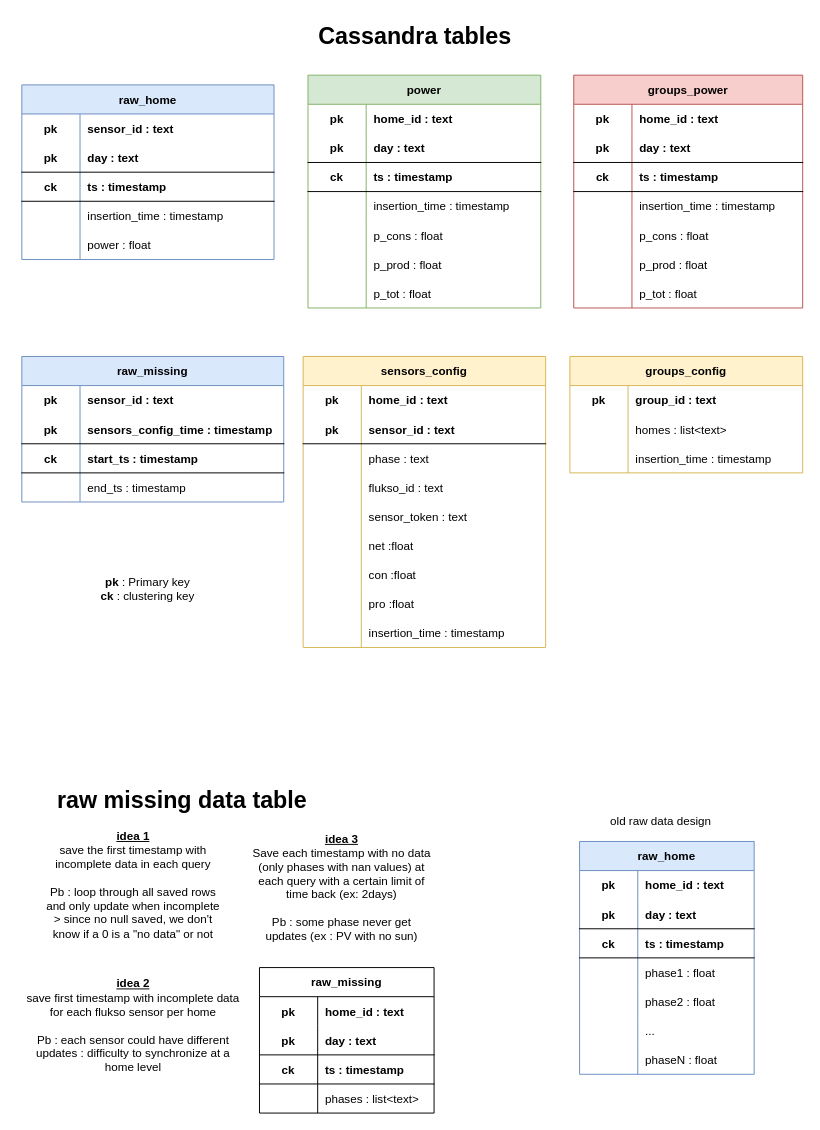
AlexandreHnf/Voisin-d-energie-ULB keeps this draw.io diagram as page "cassandra tables" (1 of 11) of documentation/documentation_diagrams.drawio. Above is the earlier version. Source tidied: cells renumbered, new cells numbered last; positions are measured from the earlier drawing's top-left corner, leaving out a move shared by most shapes. Both pictures are drawn from the tidied source at 97%, with x=0, y=0 at pixel (16, 16).
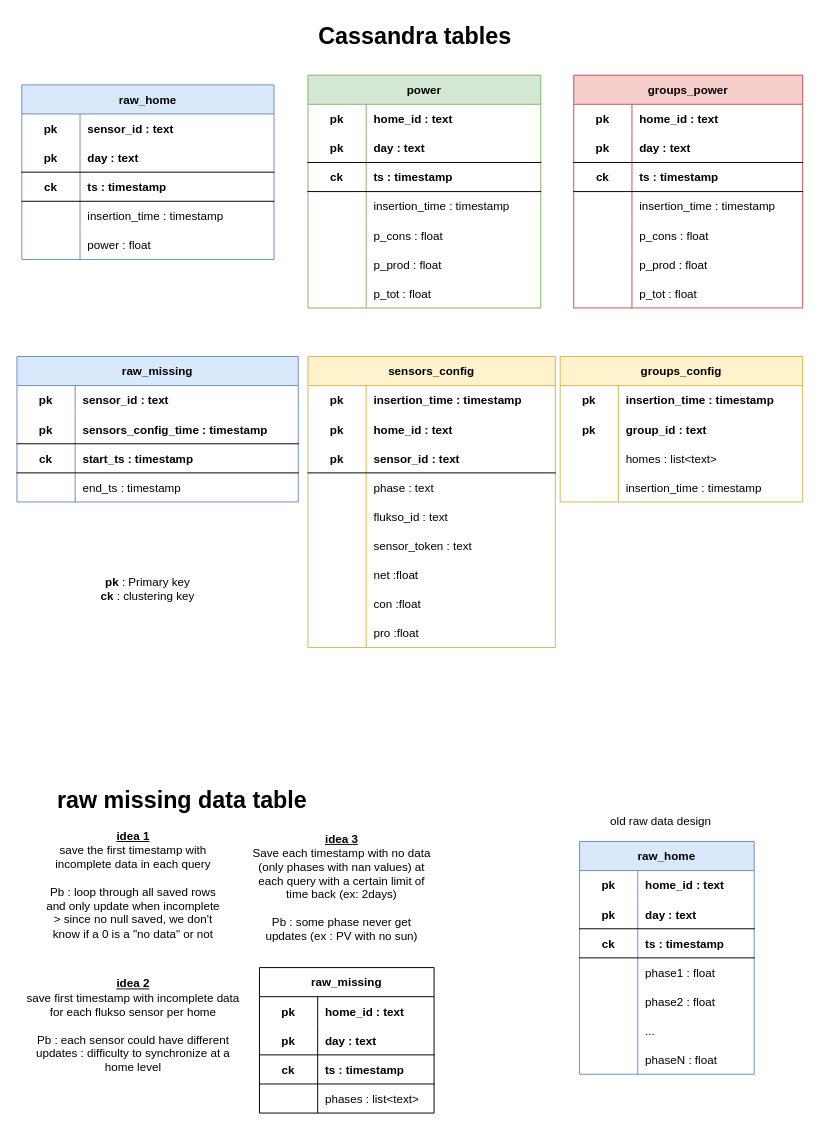
After the change.

What changed in the source:
```diff
@@
     <mxCell id="86" value="sensors_config" style="shape=table;startSize=30;childLayout=tableLayout;rowLines=0;fontStyle=1;align=center;fillColor=#fff2cc;strokeColor=#d6b656;" parent="1" vertex="1">
-      <mxGeometry x="295" y="350" width="250" height="300" as="geometry" />
+      <mxGeometry x="300" y="350" width="255" height="300" as="geometry" />
     </mxCell>
     <mxCell id="87" style="shape=tableRow;horizontal=0;startSize=0;swimlaneHead=0;swimlaneBody=0;fillColor=none;top=0;left=0;right=0;bottom=0;" parent="86" vertex="1">
-      <mxGeometry y="30" width="250" height="30" as="geometry" />
+      <mxGeometry y="30" width="255" height="30" as="geometry" />
     </mxCell>
@@
-    <mxCell id="89" value="home_id : text" style="shape=partialRectangle;fillColor=none;top=0;left=0;bottom=0;right=0;align=left;spacingLeft=6;fontStyle=1;overflow=hidden;" parent="87" vertex="1">
-      <mxGeometry x="60" width="190" height="30" as="geometry" />
+    <mxCell id="89" value="insertion_time : timestamp" style="shape=partialRectangle;fillColor=none;top=0;left=0;bottom=0;right=0;align=left;spacingLeft=6;fontStyle=1;overflow=hidden;" parent="87" vertex="1">
+      <mxGeometry x="60" width="195" height="30" as="geometry" />
     </mxCell>
+    <mxCell id="155" style="shape=tableRow;horizontal=0;startSize=0;swimlaneHead=0;swimlaneBody=0;fillColor=none;top=0;left=0;right=0;bottom=0;" parent="86" vertex="1">
+      <mxGeometry y="60" width="255" height="30" as="geometry" />
+    </mxCell>
+    <mxCell id="156" value="pk" style="shape=partialRectangle;fillColor=none;top=0;left=0;bottom=0;right=0;fontStyle=1;overflow=hidden;" parent="155" vertex="1">
+      <mxGeometry width="60" height="30" as="geometry" />
+    </mxCell>
+    <mxCell id="157" value="home_id : text" style="shape=partialRectangle;fillColor=none;top=0;left=0;bottom=0;right=0;align=left;spacingLeft=6;fontStyle=1;overflow=hidden;" parent="155" vertex="1">
+      <mxGeometry x="60" width="195" height="30" as="geometry" />
+    </mxCell>
     <mxCell id="90" style="shape=tableRow;horizontal=0;startSize=0;swimlaneHead=0;swimlaneBody=0;fillColor=none;top=0;left=0;right=0;bottom=1;" parent="86" vertex="1">
-      <mxGeometry y="60" width="250" height="30" as="geometry" />
+      <mxGeometry y="90" width="255" height="30" as="geometry" />
     </mxCell>
@@
     <mxCell id="92" value="sensor_id : text" style="shape=partialRectangle;fillColor=none;top=0;left=0;bottom=0;right=0;align=left;spacingLeft=6;fontStyle=1;overflow=hidden;" parent="90" vertex="1">
-      <mxGeometry x="60" width="190" height="30" as="geometry" />
+      <mxGeometry x="60" width="195" height="30" as="geometry" />
     </mxCell>
     <mxCell id="93" style="shape=tableRow;horizontal=0;startSize=0;swimlaneHead=0;swimlaneBody=0;fillColor=none;top=0;left=0;right=0;bottom=0;" parent="86" vertex="1">
-      <mxGeometry y="90" width="250" height="30" as="geometry" />
+      <mxGeometry y="120" width="255" height="30" as="geometry" />
     </mxCell>
@@
     <mxCell id="95" value="phase : text" style="shape=partialRectangle;fillColor=none;top=0;left=0;bottom=0;right=0;align=left;spacingLeft=6;overflow=hidden;" parent="93" vertex="1">
-      <mxGeometry x="60" width="190" height="30" as="geometry" />
+      <mxGeometry x="60" width="195" height="30" as="geometry" />
     </mxCell>
     <mxCell id="96" style="shape=tableRow;horizontal=0;startSize=0;swimlaneHead=0;swimlaneBody=0;fillColor=none;top=0;left=0;right=0;bottom=0;" parent="86" vertex="1">
-      <mxGeometry y="120" width="250" height="30" as="geometry" />
+      <mxGeometry y="150" width="255" height="30" as="geometry" />
     </mxCell>
@@
     <mxCell id="98" value="flukso_id : text" style="shape=partialRectangle;fillColor=none;top=0;left=0;bottom=0;right=0;align=left;spacingLeft=6;overflow=hidden;" parent="96" vertex="1">
-      <mxGeometry x="60" width="190" height="30" as="geometry" />
+      <mxGeometry x="60" width="195" height="30" as="geometry" />
     </mxCell>
     <mxCell id="99" style="shape=tableRow;horizontal=0;startSize=0;swimlaneHead=0;swimlaneBody=0;fillColor=none;top=0;left=0;right=0;bottom=0;" parent="86" vertex="1">
-      <mxGeometry y="150" width="250" height="30" as="geometry" />
+      <mxGeometry y="180" width="255" height="30" as="geometry" />
     </mxCell>
@@
     <mxCell id="101" value="sensor_token : text" style="shape=partialRectangle;fillColor=none;top=0;left=0;bottom=0;right=0;align=left;spacingLeft=6;overflow=hidden;" parent="99" vertex="1">
-      <mxGeometry x="60" width="190" height="30" as="geometry" />
+      <mxGeometry x="60" width="195" height="30" as="geometry" />
     </mxCell>
     <mxCell id="102" style="shape=tableRow;horizontal=0;startSize=0;swimlaneHead=0;swimlaneBody=0;fillColor=none;top=0;left=0;right=0;bottom=0;" parent="86" vertex="1">
-      <mxGeometry y="180" width="250" height="30" as="geometry" />
+      <mxGeometry y="210" width="255" height="30" as="geometry" />
     </mxCell>
@@
     <mxCell id="104" value="net :float" style="shape=partialRectangle;fillColor=none;top=0;left=0;bottom=0;right=0;align=left;spacingLeft=6;overflow=hidden;" parent="102" vertex="1">
-      <mxGeometry x="60" width="190" height="30" as="geometry" />
+      <mxGeometry x="60" width="195" height="30" as="geometry" />
     </mxCell>
     <mxCell id="105" style="shape=tableRow;horizontal=0;startSize=0;swimlaneHead=0;swimlaneBody=0;fillColor=none;top=0;left=0;right=0;bottom=0;" parent="86" vertex="1">
-      <mxGeometry y="210" width="250" height="30" as="geometry" />
+      <mxGeometry y="240" width="255" height="30" as="geometry" />
     </mxCell>
@@
     <mxCell id="107" value="con :float" style="shape=partialRectangle;fillColor=none;top=0;left=0;bottom=0;right=0;align=left;spacingLeft=6;overflow=hidden;" parent="105" vertex="1">
-      <mxGeometry x="60" width="190" height="30" as="geometry" />
+      <mxGeometry x="60" width="195" height="30" as="geometry" />
     </mxCell>
     <mxCell id="108" style="shape=tableRow;horizontal=0;startSize=0;swimlaneHead=0;swimlaneBody=0;fillColor=none;top=0;left=0;right=0;bottom=0;" parent="86" vertex="1">
-      <mxGeometry y="240" width="250" height="30" as="geometry" />
+      <mxGeometry y="270" width="255" height="30" as="geometry" />
     </mxCell>
@@
     <mxCell id="110" value="pro :float" style="shape=partialRectangle;fillColor=none;top=0;left=0;bottom=0;right=0;align=left;spacingLeft=6;overflow=hidden;" parent="108" vertex="1">
-      <mxGeometry x="60" width="190" height="30" as="geometry" />
+      <mxGeometry x="60" width="195" height="30" as="geometry" />
     </mxCell>
-    <mxCell id="111" style="shape=tableRow;horizontal=0;startSize=0;swimlaneHead=0;swimlaneBody=0;fillColor=none;top=0;left=0;right=0;bottom=0;" parent="86" vertex="1">
-      <mxGeometry y="270" width="250" height="30" as="geometry" />
-    </mxCell>
-    <mxCell id="112" style="shape=partialRectangle;fillColor=none;top=0;left=0;bottom=0;right=0;overflow=hidden;" parent="111" vertex="1">
-      <mxGeometry width="60" height="30" as="geometry" />
-    </mxCell>
-    <mxCell id="113" value="insertion_time : timestamp" style="shape=partialRectangle;fillColor=none;top=0;left=0;bottom=0;right=0;align=left;spacingLeft=6;overflow=hidden;" parent="111" vertex="1">
-      <mxGeometry x="60" width="190" height="30" as="geometry" />
-    </mxCell>
     <mxCell id="114" value="groups_config" style="shape=table;startSize=30;childLayout=tableLayout;rowLines=0;fontStyle=1;align=center;fillColor=#fff2cc;strokeColor=#d6b656;" parent="1" vertex="1">
-      <mxGeometry x="570" y="350" width="240" height="120" as="geometry" />
+      <mxGeometry x="560" y="350" width="250" height="150" as="geometry" />
     </mxCell>
     <mxCell id="115" style="shape=tableRow;horizontal=0;startSize=0;swimlaneHead=0;swimlaneBody=0;fillColor=none;top=0;left=0;right=0;bottom=0;" parent="114" vertex="1">
-      <mxGeometry y="30" width="240" height="30" as="geometry" />
+      <mxGeometry y="30" width="250" height="30" as="geometry" />
     </mxCell>
@@
-    <mxCell id="117" value="group_id : text" style="shape=partialRectangle;fillColor=none;top=0;left=0;bottom=0;right=0;align=left;spacingLeft=6;fontStyle=1;overflow=hidden;" parent="115" vertex="1">
-      <mxGeometry x="60" width="180" height="30" as="geometry" />
+    <mxCell id="117" value="insertion_time : timestamp" style="shape=partialRectangle;fillColor=none;top=0;left=0;bottom=0;right=0;align=left;spacingLeft=6;fontStyle=1;overflow=hidden;" parent="115" vertex="1">
+      <mxGeometry x="60" width="190" height="30" as="geometry" />
     </mxCell>
+    <mxCell id="158" style="shape=tableRow;horizontal=0;startSize=0;swimlaneHead=0;swimlaneBody=0;fillColor=none;top=0;left=0;right=0;bottom=0;" parent="114" vertex="1">
+      <mxGeometry y="60" width="250" height="30" as="geometry" />
+    </mxCell>
+    <mxCell id="159" value="pk" style="shape=partialRectangle;fillColor=none;top=0;left=0;bottom=0;right=0;fontStyle=1;overflow=hidden;" parent="158" vertex="1">
+      <mxGeometry width="60" height="30" as="geometry" />
+    </mxCell>
+    <mxCell id="160" value="group_id : text" style="shape=partialRectangle;fillColor=none;top=0;left=0;bottom=0;right=0;align=left;spacingLeft=6;fontStyle=1;overflow=hidden;" parent="158" vertex="1">
+      <mxGeometry x="60" width="190" height="30" as="geometry" />
+    </mxCell>
     <mxCell id="118" style="shape=tableRow;horizontal=0;startSize=0;swimlaneHead=0;swimlaneBody=0;fillColor=none;top=0;left=0;right=0;bottom=0;strokeWidth=1;perimeterSpacing=0;" parent="114" vertex="1">
-      <mxGeometry y="60" width="240" height="30" as="geometry" />
+      <mxGeometry y="90" width="250" height="30" as="geometry" />
     </mxCell>
@@
     <mxCell id="120" value="homes : list&lt;text&gt;" style="shape=partialRectangle;fillColor=none;top=0;left=0;bottom=0;right=0;align=left;spacingLeft=6;overflow=hidden;" parent="118" vertex="1">
-      <mxGeometry x="60" width="180" height="30" as="geometry" />
+      <mxGeometry x="60" width="190" height="30" as="geometry" />
     </mxCell>
     <mxCell id="121" style="shape=tableRow;horizontal=0;startSize=0;swimlaneHead=0;swimlaneBody=0;fillColor=none;top=0;left=0;right=0;bottom=0;strokeWidth=1;perimeterSpacing=0;" parent="114" vertex="1">
-      <mxGeometry y="90" width="240" height="30" as="geometry" />
+      <mxGeometry y="120" width="250" height="30" as="geometry" />
     </mxCell>
@@
     <mxCell id="123" value="insertion_time : timestamp" style="shape=partialRectangle;fillColor=none;top=0;left=0;bottom=0;right=0;align=left;spacingLeft=6;overflow=hidden;" parent="121" vertex="1">
-      <mxGeometry x="60" width="180" height="30" as="geometry" />
+      <mxGeometry x="60" width="190" height="30" as="geometry" />
     </mxCell>
@@
     <mxCell id="142" value="raw_missing" style="shape=table;startSize=30;childLayout=tableLayout;rowLines=0;fontStyle=1;align=center;fillColor=#dae8fc;strokeColor=#6c8ebf;" parent="1" vertex="1">
-      <mxGeometry x="5" y="350" width="270" height="150" as="geometry" />
+      <mxGeometry y="350" width="290" height="150" as="geometry" />
     </mxCell>
     <mxCell id="143" style="shape=tableRow;horizontal=0;startSize=0;swimlaneHead=0;swimlaneBody=0;fillColor=none;top=0;left=0;right=0;bottom=0;" parent="142" vertex="1">
-      <mxGeometry y="30" width="270" height="30" as="geometry" />
+      <mxGeometry y="30" width="290" height="30" as="geometry" />
     </mxCell>
@@
     <mxCell id="145" value="sensor_id : text" style="shape=partialRectangle;fillColor=none;top=0;left=0;bottom=0;right=0;align=left;spacingLeft=6;fontStyle=1;overflow=hidden;" parent="143" vertex="1">
-      <mxGeometry x="60" width="210" height="30" as="geometry" />
+      <mxGeometry x="60" width="230" height="30" as="geometry" />
     </mxCell>
     <mxCell id="146" style="shape=tableRow;horizontal=0;startSize=0;swimlaneHead=0;swimlaneBody=0;fillColor=none;top=0;left=0;right=0;bottom=1;" parent="142" vertex="1">
-      <mxGeometry y="60" width="270" height="30" as="geometry" />
+      <mxGeometry y="60" width="290" height="30" as="geometry" />
     </mxCell>
@@
     <mxCell id="148" value="sensors_config_time : timestamp" style="shape=partialRectangle;fillColor=none;top=0;left=0;bottom=0;right=0;align=left;spacingLeft=6;fontStyle=1;overflow=hidden;" parent="146" vertex="1">
-      <mxGeometry x="60" width="210" height="30" as="geometry" />
+      <mxGeometry x="60" width="230" height="30" as="geometry" />
     </mxCell>
     <mxCell id="149" style="shape=tableRow;horizontal=0;startSize=0;swimlaneHead=0;swimlaneBody=0;fillColor=none;top=0;left=0;right=0;bottom=1;" parent="142" vertex="1">
-      <mxGeometry y="90" width="270" height="30" as="geometry" />
+      <mxGeometry y="90" width="290" height="30" as="geometry" />
     </mxCell>
@@
     <mxCell id="151" value="start_ts : timestamp" style="shape=partialRectangle;fillColor=none;top=0;left=0;bottom=0;right=0;align=left;spacingLeft=6;fontStyle=1;overflow=hidden;" parent="149" vertex="1">
-      <mxGeometry x="60" width="210" height="30" as="geometry" />
+      <mxGeometry x="60" width="230" height="30" as="geometry" />
     </mxCell>
     <mxCell id="152" style="shape=tableRow;horizontal=0;startSize=0;swimlaneHead=0;swimlaneBody=0;fillColor=none;top=0;left=0;right=0;bottom=0;" parent="142" vertex="1">
-      <mxGeometry y="120" width="270" height="30" as="geometry" />
+      <mxGeometry y="120" width="290" height="30" as="geometry" />
     </mxCell>
@@
     <mxCell id="154" value="end_ts : timestamp" style="shape=partialRectangle;fillColor=none;top=0;left=0;bottom=0;right=0;align=left;spacingLeft=6;overflow=hidden;" parent="152" vertex="1">
-      <mxGeometry x="60" width="210" height="30" as="geometry" />
+      <mxGeometry x="60" width="230" height="30" as="geometry" />
     </mxCell>
```
